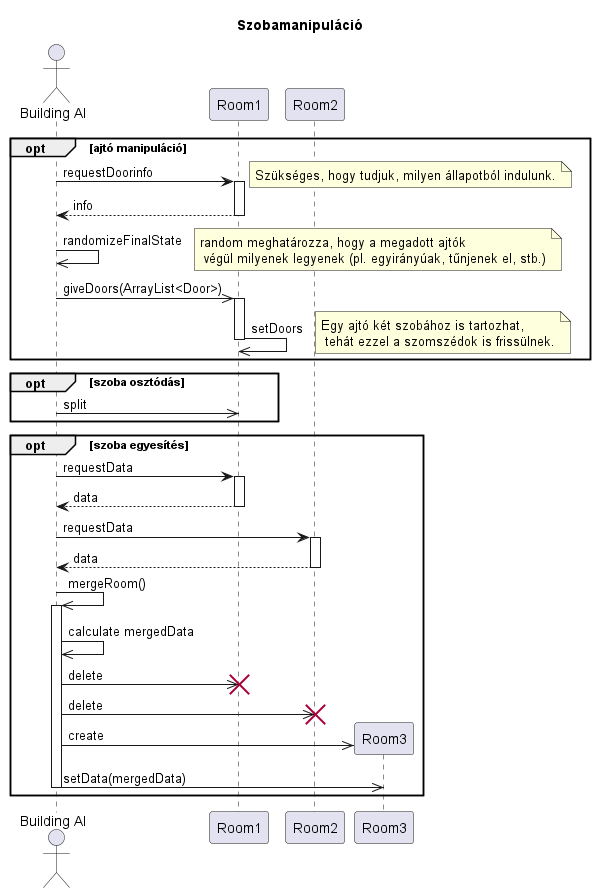
Above: out/diagramms/src/building_change/building_change.png in kipolaris/skyrimscriptsuttogok (PlantUML), before the change.
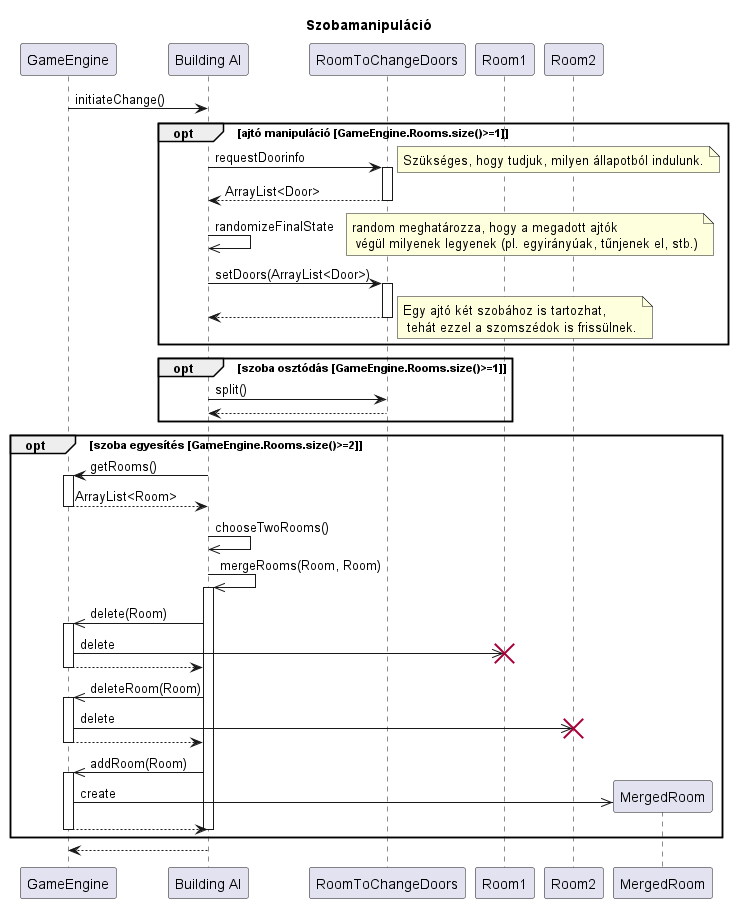
The same file after the commit.

The edit, as a diff of the source:
```diff
@@ -2,50 +2,59 @@
 
 title Szobamanipuláció
 
-actor "Building AI" as ai
-Participant Room1 as sz
+Participant GameEngine as g
+Participant "Building AI" as ai
+Participant RoomToChangeDoors as sz
+
+participant Room1 as sz1
 Participant Room2 as sz2
-Participant Room3 as sz3
+Participant MergedRoom as sz3
 
-opt ajtó manipuláció
-
+g->ai : initiateChange()
+opt ajtó manipuláció [GameEngine.Rooms.size()>=1]
     ai->sz ++: requestDoorinfo
     note right: Szükséges, hogy tudjuk, milyen állapotból indulunk.
-    return info
+    return ArrayList<Door>
 
     ai->>ai : randomizeFinalState
     note right: random meghatározza, hogy a megadott ajtók \n végül milyenek legyenek (pl. egyirányúak, tűnjenek el, stb.)
 
-    ai->>sz : giveDoors(ArrayList<Door>)
-    activate sz
+    ai->sz ++: setDoors(ArrayList<Door>)
+    return
 
-    sz->>sz : setDoors
-    deactivate sz
     note right : Egy ajtó két szobához is tartozhat,\n tehát ezzel a szomszédok is frissülnek.
 
 end
 
-opt szoba osztódás
+opt szoba osztódás [GameEngine.Rooms.size()>=1]
 
-    ai->>sz : split
+    ai->sz : split()
+    return
 
 end
 
-opt szoba egyesítés
+opt szoba egyesítés [GameEngine.Rooms.size()>=2]
 
-    ai->sz ++: requestData
-    return data
-    ai->sz2 ++: requestData
-    return data
+    ai->g ++: getRooms()
+    return ArrayList<Room>
 
-    ai->>ai ++: mergeRoom()
-    ai->>ai : calculate mergedData
-    ai->>sz !!: delete
-    ai->>sz2 !!: delete
-    ai->>sz3 **: create
-    ai->>sz3 : setData(mergedData)
+    ai->>ai : chooseTwoRooms()
+    ai->>ai ++: mergeRooms(Room, Room)
+    ai->>g ++: delete(Room)
+    g->>sz1 !!: delete
+    g-->ai
+    deactivate g
+    ai->>g ++: deleteRoom(Room)
+    g->>sz2 !!: delete
+    g-->ai
+    deactivate g
+    ai->>g ++: addRoom(Room)
+    g->>sz3 **: create
+    g-->ai
+    deactivate g
     deactivate ai
 
 end
+ai-->g
 
 @enduml
```
